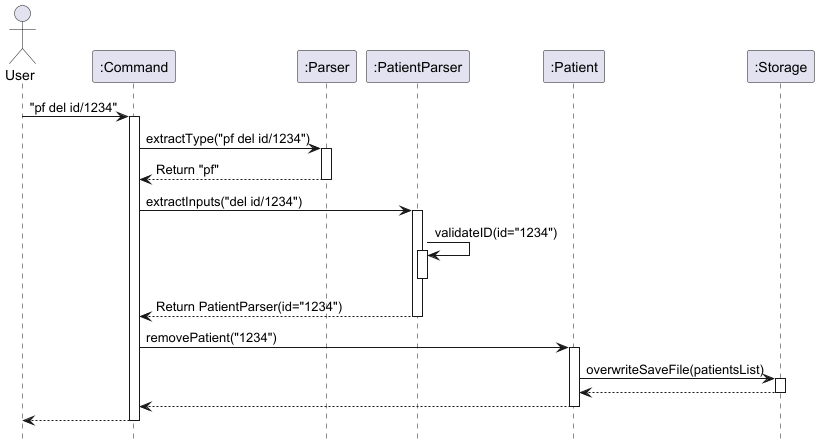
The PlantUML diagram docs/assets/patientImages/removePatientSequenceDiagram.png in AY2425S2-CS2113-T11b-3/tp, before a commit.
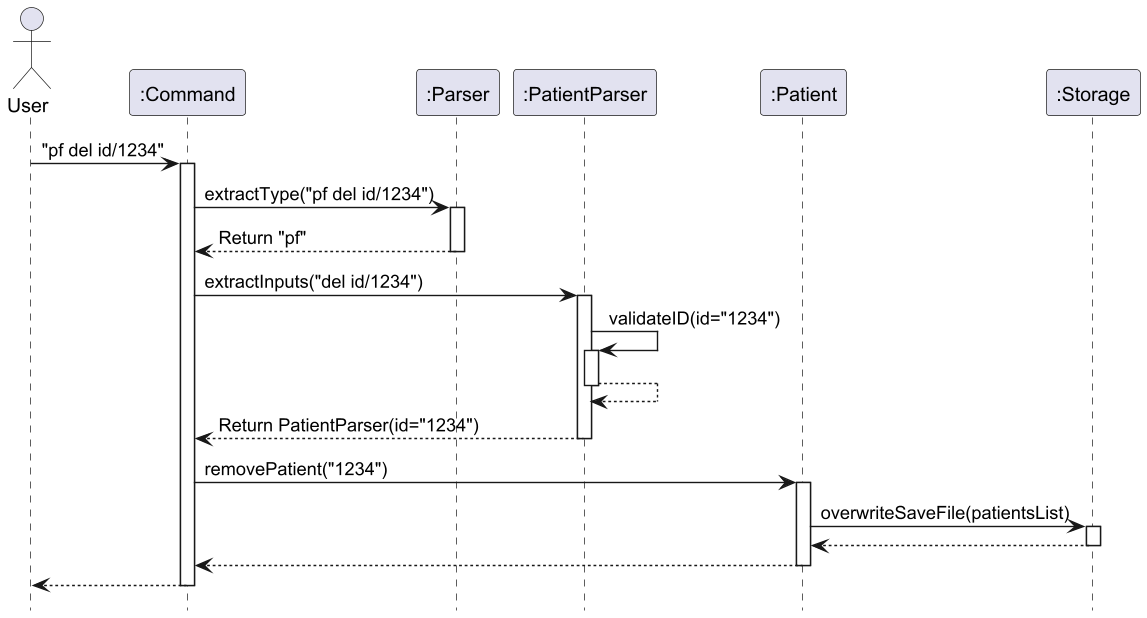
Above is the later version.

Commit message:
Update documentation for patient related classes

Change to the diagram source:
```diff
@@ -18,6 +18,7 @@
   activate PatientParser
     PatientParser -> PatientParser : validateID(id="1234")
     activate PatientParser
+    PatientParser --> PatientParser
     deactivate PatientParser
     PatientParser --> Command : Return PatientParser(id="1234")
   deactivate PatientParser
```
